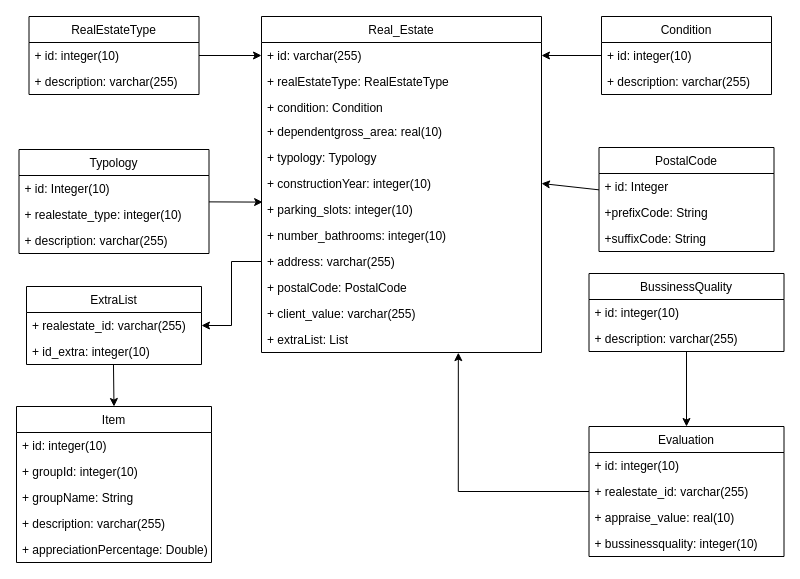
Earlier version of the draw.io diagram Docs/ClassDiagram.drawio (Summorox/Real-Estate-Appraisal). Source tidied: cells renumbered, new cells numbered last; positions are measured from the earlier drawing's top-left corner, leaving out a move shared by most shapes. Both pictures are drawn from the tidied source at 100%, with x=0, y=0 at pixel (16, 16).
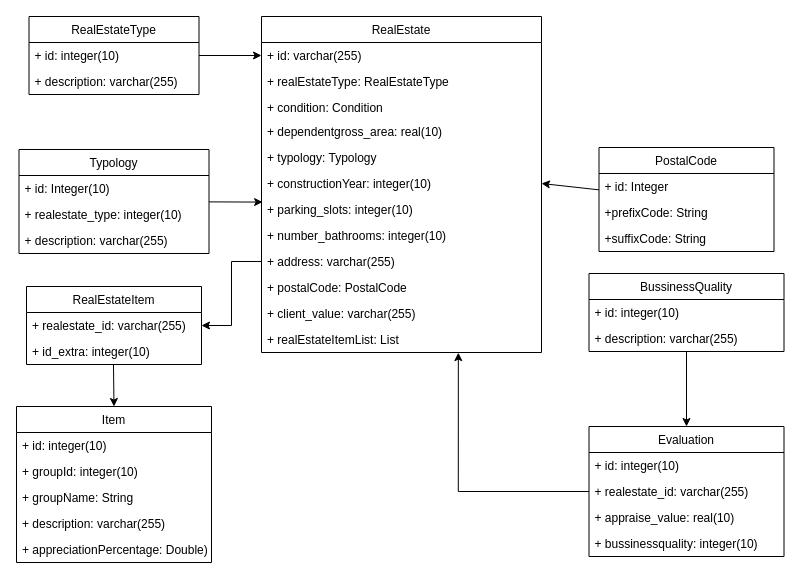
The same diagram, later.

Commit message:
Update the class diagram

Unchanged cells that the change refers to:
```xml
<mxCell id="22" value="+ id: varchar(255)" style="text;strokeColor=none;fillColor=none;align=left;verticalAlign=top;spacingLeft=4;spacingRight=4;overflow=hidden;points=[[0,0.5],[1,0.5]];portConstraint=eastwest;" parent="21" vertex="1">
  <mxGeometry y="26" width="280" height="26" as="geometry" />
</mxCell>
```

What changed in the source:
```diff
@@
-    <mxCell id="12" value="ExtraList" style="swimlane;fontStyle=0;horizontal=1;startSize=26;fillColor=none;" parent="1" vertex="1">
+    <mxCell id="12" value="RealEstateItem" style="swimlane;fontStyle=0;horizontal=1;startSize=26;fillColor=none;" parent="1" vertex="1">
       <mxGeometry x="10" y="270" width="175" height="78" as="geometry" />
     </mxCell>
@@
-    <mxCell id="21" value="Real_Estate" style="swimlane;fontStyle=0;horizontal=1;startSize=26;fillColor=none;" parent="1" vertex="1">
+    <mxCell id="21" value="RealEstate" style="swimlane;fontStyle=0;horizontal=1;startSize=26;fillColor=none;" parent="1" vertex="1">
       <mxGeometry x="245" width="280" height="336" as="geometry" />
     </mxCell>
@@
-    <mxCell id="33" value="+ extraList: List" style="text;strokeColor=none;fillColor=none;align=left;verticalAlign=top;spacingLeft=4;spacingRight=4;overflow=hidden;points=[[0,0.5],[1,0.5]];portConstraint=eastwest;" parent="21" vertex="1">
+    <mxCell id="33" value="+ realEstateItemList: List" style="text;strokeColor=none;fillColor=none;align=left;verticalAlign=top;spacingLeft=4;spacingRight=4;overflow=hidden;points=[[0,0.5],[1,0.5]];portConstraint=eastwest;" parent="21" vertex="1">
       <mxGeometry y="310" width="280" height="26" as="geometry" />
     </mxCell>
@@
-    <mxCell id="49" style="edgeStyle=orthogonalEdgeStyle;rounded=0;jettySize=auto;html=1;entryX=1;entryY=0.5;entryDx=0;entryDy=0;" parent="1" edge="1" source="50" target="22">
-      <mxGeometry relative="1" as="geometry" />
-    </mxCell>
-    <mxCell id="50" value="Condition" style="swimlane;fontStyle=0;horizontal=1;startSize=26;fillColor=none;" parent="1" vertex="1">
-      <mxGeometry x="585" width="170" height="78" as="geometry" />
-    </mxCell>
-    <mxCell id="51" value="+ id: integer(10)" style="text;strokeColor=none;fillColor=none;align=left;verticalAlign=top;spacingLeft=4;spacingRight=4;overflow=hidden;" parent="50" vertex="1">
-      <mxGeometry y="26" width="170" height="26" as="geometry" />
-    </mxCell>
-    <mxCell id="52" value="+ description: varchar(255)" style="text;strokeColor=none;fillColor=none;align=left;verticalAlign=top;spacingLeft=4;spacingRight=4;overflow=hidden;" parent="50" vertex="1">
-      <mxGeometry y="52" width="170" height="26" as="geometry" />
-    </mxCell>
```
